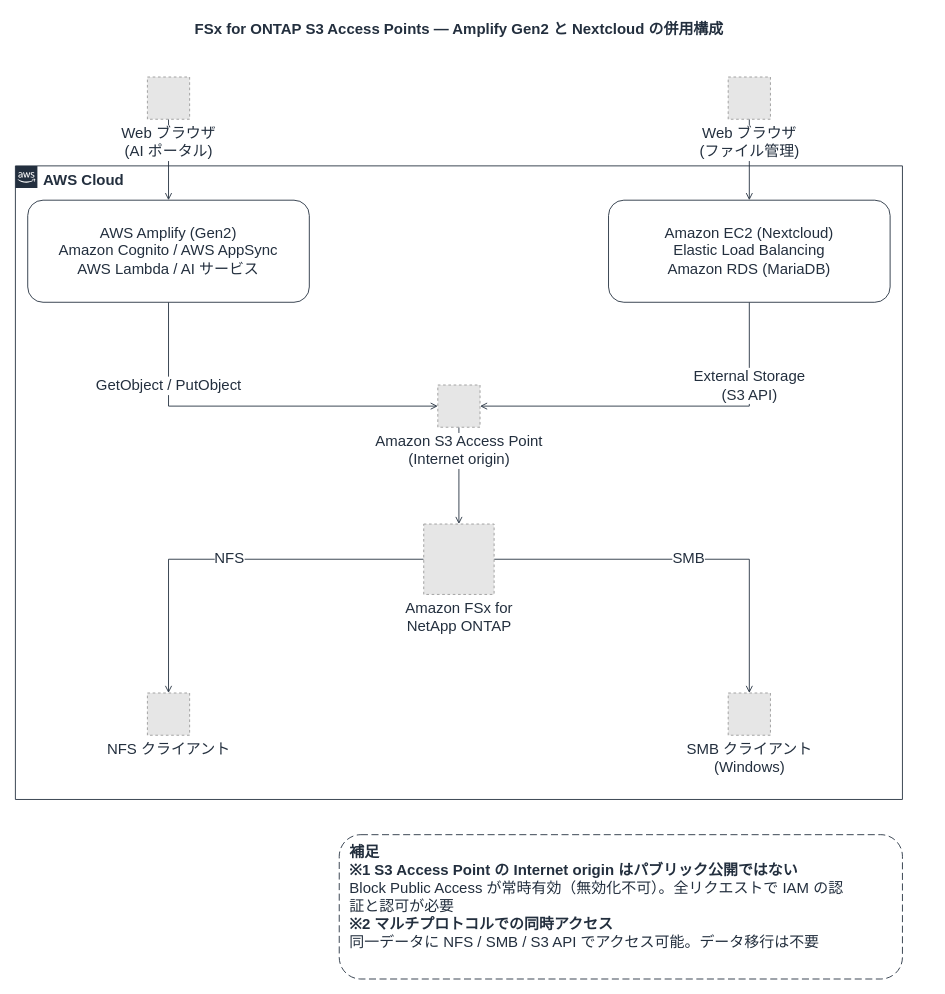
Before: docs/diagrams/coexistence-3path.drawio in Yoshiki0705/FSx-for-ONTAP-S3AccessPoints-Serverless-Patterns, a draw.io diagram. Source tidied: cells renumbered, new cells numbered last; positions are measured from the earlier drawing's top-left corner, leaving out a move shared by most shapes. Both pictures are drawn from the tidied source at 88%, with x=0, y=0 at pixel (15, 15). Pictures stored in the file or linked from it are replaced by grey dashed boxes.
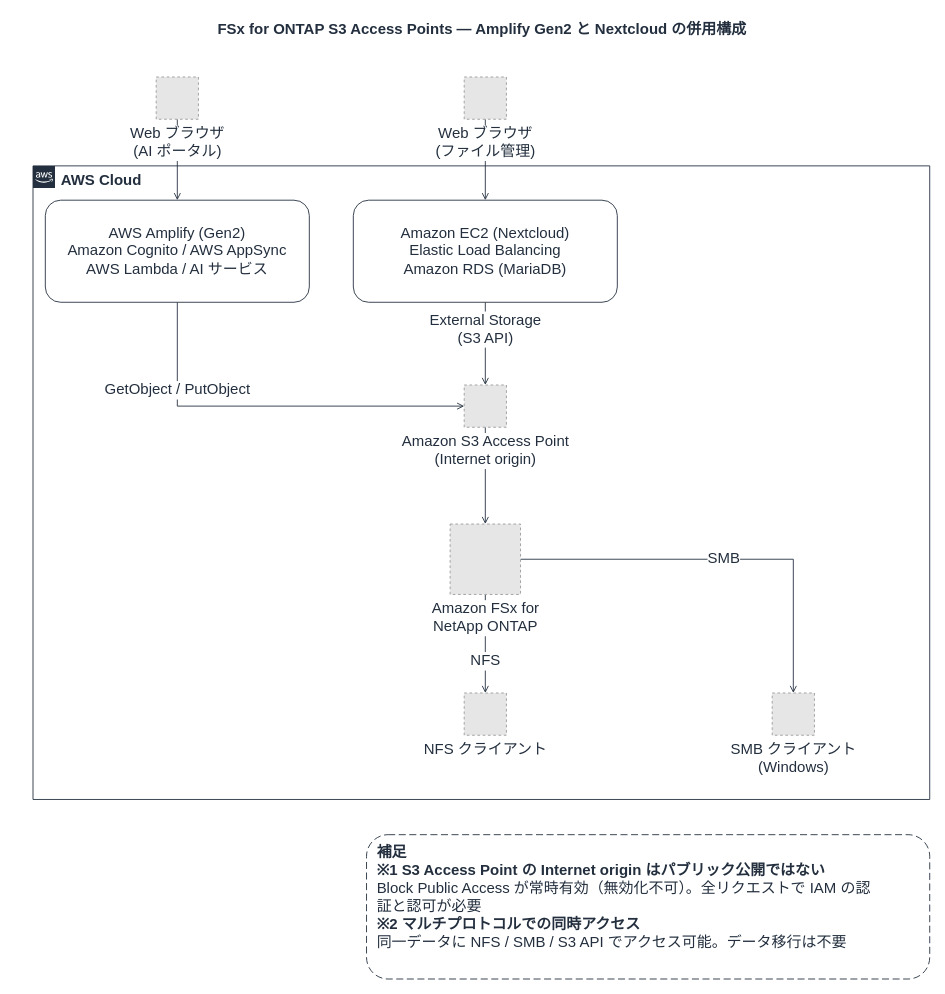
The same page after the edit.

Diff of the diagram source:
```diff
@@
     <mxCell id="2" value="FSx for ONTAP S3 Access Points — Amplify Gen2 と Nextcloud の併用構成" style="text;html=1;align=center;verticalAlign=middle;fontSize=17;fontStyle=1;fontColor=#232F3E;" parent="1" vertex="1">
-      <mxGeometry width="1008" height="34" as="geometry" />
+      <mxGeometry x="20" width="1019" height="34" as="geometry" />
     </mxCell>
-    <mxCell id="3" value="AWS Cloud" style="gradientColor=none;html=1;whiteSpace=wrap;fontSize=17;fontStyle=1;shape=mxgraph.aws4.group;grIcon=mxgraph.aws4.group_aws_cloud_alt;strokeColor=#232F3E;fillColor=none;verticalAlign=top;align=left;spacingLeft=30;fontColor=#232F3E;dashed=0;" parent="1" vertex="1">
-      <mxGeometry y="171" width="1008" height="720" as="geometry" />
-    </mxCell>
@@
-    <mxCell id="7" value="External Storage&lt;br&gt;(S3 API)" style="edgeStyle=orthogonalEdgeStyle;rounded=0;jettySize=auto;html=1;endArrow=open;endFill=0;strokeColor=#232F3E;strokeWidth=1;fontSize=17;fontColor=#232F3E;labelBackgroundColor=#ffffff;exitX=0.5;exitY=1;exitDx=0;exitDy=0;entryX=1;entryY=0.5;entryDx=0;entryDy=0;" parent="1" edge="1" source="14" target="15">
-      <mxGeometry x="-0.55" relative="1" as="geometry" />
+    <mxCell id="7" value="External Storage&lt;br&gt;(S3 API)" style="edgeStyle=orthogonalEdgeStyle;rounded=0;jettySize=auto;html=1;endArrow=open;endFill=0;strokeColor=#232F3E;strokeWidth=1;fontSize=17;fontColor=#232F3E;labelBackgroundColor=#ffffff;" parent="1" edge="1" source="14" target="15">
+      <mxGeometry x="-0.35" relative="1" as="geometry" />
     </mxCell>
@@
     <mxCell id="9" value="NFS" style="edgeStyle=orthogonalEdgeStyle;rounded=0;jettySize=auto;html=1;endArrow=open;endFill=0;strokeColor=#232F3E;strokeWidth=1;fontSize=17;fontColor=#232F3E;labelBackgroundColor=#ffffff;" parent="1" edge="1" source="16" target="17">
-      <mxGeometry relative="1" as="geometry" />
+      <mxGeometry relative="1" as="geometry">
+        <mxPoint y="20" as="offset" />
+      </mxGeometry>
     </mxCell>
@@
+    <mxCell id="3" value="AWS Cloud" style="gradientColor=none;html=1;whiteSpace=wrap;fontSize=17;fontStyle=1;shape=mxgraph.aws4.group;grIcon=mxgraph.aws4.group_aws_cloud_alt;strokeColor=#232F3E;fillColor=none;verticalAlign=top;align=left;spacingLeft=30;fontColor=#232F3E;dashed=0;labelBackgroundColor=#FFFFFF;" parent="1" vertex="1">
+      <mxGeometry x="20" y="171" width="1019" height="720" as="geometry" />
+    </mxCell>
     <mxCell id="11" value="Web ブラウザ&lt;br&gt;(AI ポータル)" style="fillColor=#E6E6E6;strokeColor=#999999;dashed=1;html=1;verticalLabelPosition=bottom;verticalAlign=top;labelPosition=center;align=center;fontSize=17;fontColor=#232F3E;labelBackgroundColor=#FFFFFF;" parent="1" vertex="1">
-      <mxGeometry x="150" y="70" width="48" height="48" as="geometry" />
+      <mxGeometry x="160" y="70" width="48" height="48" as="geometry" />
     </mxCell>
     <mxCell id="12" value="Web ブラウザ&lt;br&gt;(ファイル管理)" style="fillColor=#E6E6E6;strokeColor=#999999;dashed=1;html=1;verticalLabelPosition=bottom;verticalAlign=top;labelPosition=center;align=center;fontSize=17;fontColor=#232F3E;labelBackgroundColor=#FFFFFF;" parent="1" vertex="1">
-      <mxGeometry x="810" y="70" width="48" height="48" as="geometry" />
+      <mxGeometry x="510" y="70" width="48" height="48" as="geometry" />
     </mxCell>
     <mxCell id="13" value="AWS Amplify (Gen2)&lt;br&gt;Amazon Cognito / AWS AppSync&lt;br&gt;AWS Lambda / AI サービス" style="rounded=1;whiteSpace=wrap;html=1;dashed=0;strokeColor=#232F3E;fillColor=#FFFFFF;align=center;verticalAlign=middle;fontSize=17;fontColor=#232F3E;" parent="1" vertex="1">
-      <mxGeometry x="14" y="210" width="320" height="116" as="geometry" />
+      <mxGeometry x="34" y="210" width="300" height="116" as="geometry" />
     </mxCell>
     <mxCell id="14" value="Amazon EC2 (Nextcloud)&lt;br&gt;Elastic Load Balancing&lt;br&gt;Amazon RDS (MariaDB)" style="rounded=1;whiteSpace=wrap;html=1;dashed=0;strokeColor=#232F3E;fillColor=#FFFFFF;align=center;verticalAlign=middle;fontSize=17;fontColor=#232F3E;" parent="1" vertex="1">
-      <mxGeometry x="674" y="210" width="320" height="116" as="geometry" />
+      <mxGeometry x="384" y="210" width="300" height="116" as="geometry" />
     </mxCell>
     <mxCell id="15" value="Amazon S3 Access Point&lt;br&gt;(Internet origin)" style="fillColor=#E6E6E6;strokeColor=#999999;dashed=1;html=1;verticalLabelPosition=bottom;verticalAlign=top;labelPosition=center;align=center;fontSize=17;fontColor=#232F3E;labelBackgroundColor=#FFFFFF;" parent="1" vertex="1">
-      <mxGeometry x="480" y="420" width="48" height="48" as="geometry" />
+      <mxGeometry x="510" y="420" width="48" height="48" as="geometry" />
     </mxCell>
     <mxCell id="16" value="Amazon FSx for&lt;br&gt;NetApp ONTAP" style="fillColor=#E6E6E6;strokeColor=#999999;dashed=1;html=1;verticalLabelPosition=bottom;verticalAlign=top;labelPosition=center;align=center;fontSize=17;fontColor=#232F3E;labelBackgroundColor=#FFFFFF;" parent="1" vertex="1">
-      <mxGeometry x="464" y="578" width="80" height="80" as="geometry" />
+      <mxGeometry x="494" y="578" width="80" height="80" as="geometry" />
     </mxCell>
     <mxCell id="17" value="NFS クライアント" style="fillColor=#E6E6E6;strokeColor=#999999;dashed=1;html=1;verticalLabelPosition=bottom;verticalAlign=top;labelPosition=center;align=center;fontSize=17;fontColor=#232F3E;labelBackgroundColor=#FFFFFF;" parent="1" vertex="1">
-      <mxGeometry x="150" y="770" width="48" height="48" as="geometry" />
+      <mxGeometry x="510" y="770" width="48" height="48" as="geometry" />
     </mxCell>
     <mxCell id="18" value="SMB クライアント&lt;br&gt;(Windows)" style="fillColor=#E6E6E6;strokeColor=#999999;dashed=1;html=1;verticalLabelPosition=bottom;verticalAlign=top;labelPosition=center;align=center;fontSize=17;fontColor=#232F3E;labelBackgroundColor=#FFFFFF;" parent="1" vertex="1">
-      <mxGeometry x="810" y="770" width="48" height="48" as="geometry" />
+      <mxGeometry x="860" y="770" width="48" height="48" as="geometry" />
     </mxCell>
     <mxCell id="19" value="&lt;b&gt;補足&lt;/b&gt;&lt;br&gt;&lt;b&gt;※1 S3 Access Point の Internet origin はパブリック公開ではない&lt;/b&gt;&lt;br&gt;Block Public Access が常時有効（無効化不可）。全リクエストで IAM の認&lt;br&gt;証と認可が必要&lt;br&gt;&lt;b&gt;※2 マルチプロトコルでの同時アクセス&lt;/b&gt;&lt;br&gt;同一データに NFS / SMB / S3 API でアクセス可能。データ移行は不要" style="rounded=1;whiteSpace=wrap;html=1;dashed=1;dashPattern=8 4;strokeColor=#232F3E;fillColor=#FFFFFF;align=left;verticalAlign=top;spacingLeft=10;spacingTop=4;fontSize=17;fontColor=#232F3E;" parent="1" vertex="1">
-      <mxGeometry x="368" y="931" width="640" height="164" as="geometry" />
+      <mxGeometry x="399" y="931" width="640" height="164" as="geometry" />
     </mxCell>
```
